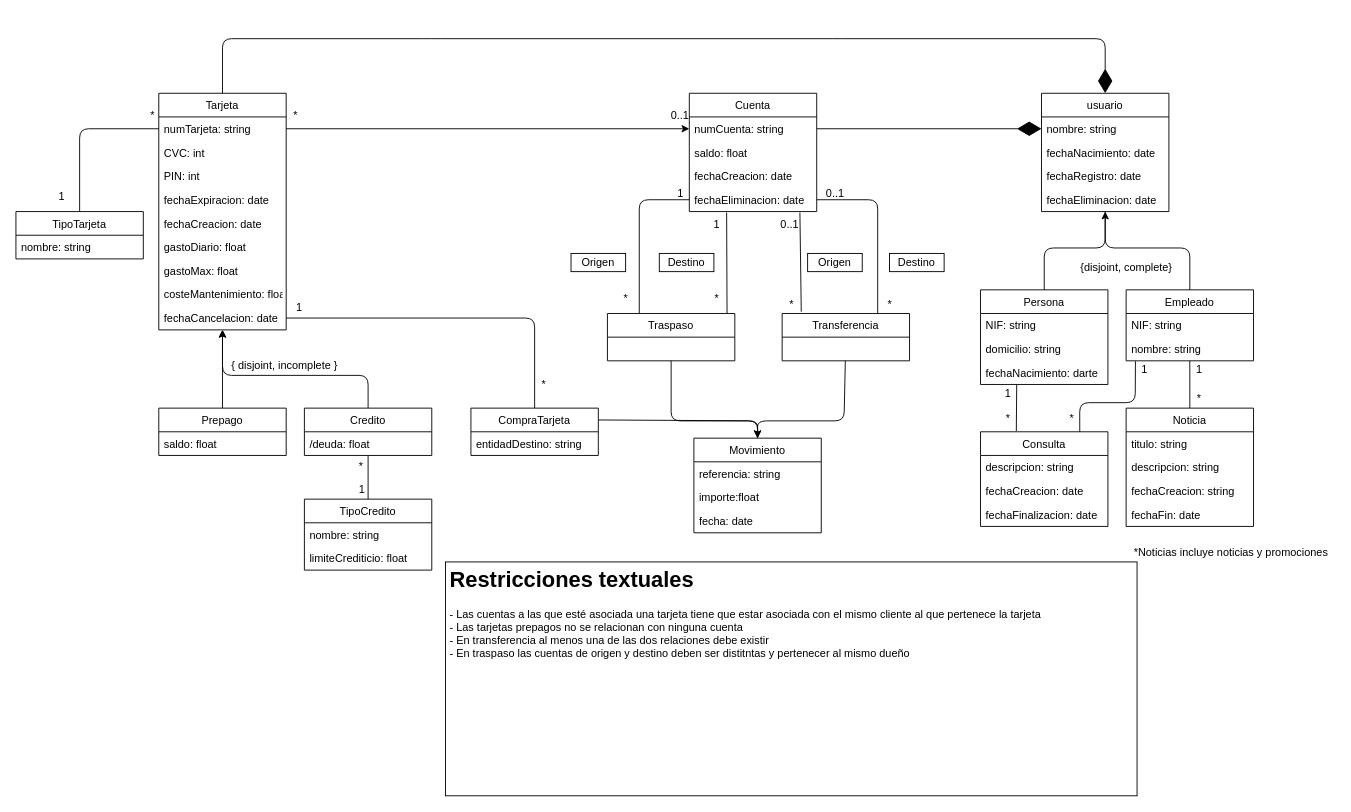
Before: Análisis/UML.drawio in Argudo/EBZ, a draw.io diagram. Source tidied: cells renumbered, new cells numbered last; positions are measured from the earlier drawing's top-left corner, leaving out a move shared by most shapes. Both pictures are drawn from the tidied source at 91%, with x=0, y=0 at pixel (15, 38).
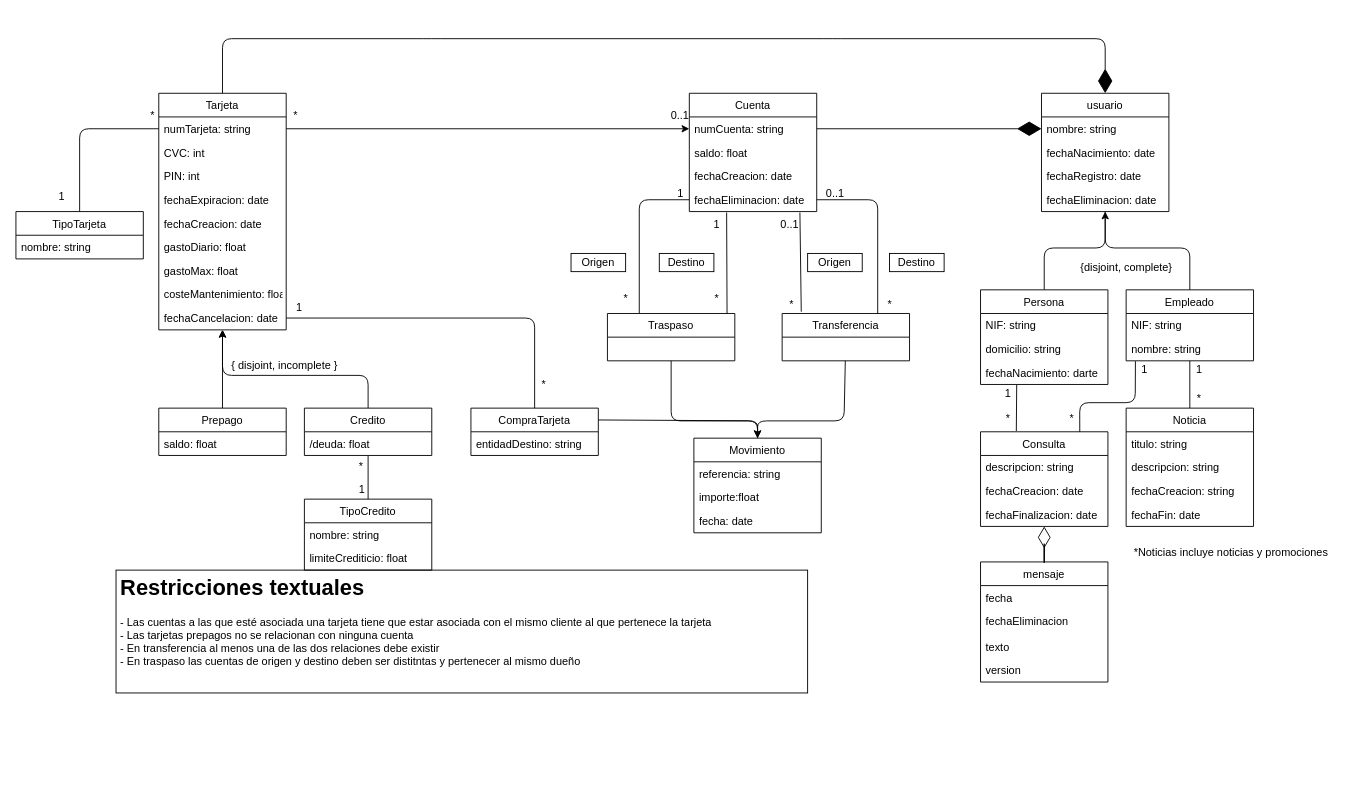
The same diagram, later.

Commit message (it also covers changes not shown here):
arreglo UML

The change refers to these unchanged cells:
```xml
<mxCell id="97" value="Consulta" style="swimlane;fontStyle=0;horizontal=1;startSize=26;fillColor=none;" parent="1" vertex="1">
  <mxGeometry x="1060" y="432" width="140" height="104" as="geometry" />
</mxCell>
```

What changed in the source:
```diff
@@
     <mxCell id="29" value="&lt;h1&gt;Restricciones textuales&lt;/h1&gt;&lt;div&gt;- Las cuentas a las que esté asociada una tarjeta tiene que estar asociada con el mismo cliente al que pertenece la tarjeta&lt;/div&gt;&lt;div&gt;- Las tarjetas prepagos no se relacionan con ninguna cuenta&lt;/div&gt;&lt;div&gt;- En transferencia al menos una de las dos relaciones debe existir&lt;/div&gt;&lt;div&gt;- En traspaso las cuentas de origen y destino deben ser distitntas y pertenecer al mismo dueño&lt;/div&gt;" style="text;html=1;strokeColor=default;fillColor=none;spacing=5;spacingTop=-20;whiteSpace=wrap;overflow=hidden;rounded=0;" parent="1" vertex="1">
-      <mxGeometry x="472" y="575" width="760" height="257" as="geometry" />
+      <mxGeometry x="110" y="584" width="760" height="135" as="geometry" />
     </mxCell>
@@
+    <mxCell id="105" style="edgeStyle=orthogonalEdgeStyle;rounded=0;jettySize=auto;html=1;exitX=0.5;exitY=0;exitDx=0;exitDy=0;endArrow=diamondThin;endFill=0;endSize=21;" parent="1" edge="1" source="106" target="97">
+      <mxGeometry relative="1" as="geometry" />
+    </mxCell>
+    <mxCell id="106" value="mensaje" style="swimlane;fontStyle=0;horizontal=1;startSize=26;fillColor=none;" parent="1" vertex="1">
+      <mxGeometry x="1060" y="575" width="140" height="132" as="geometry" />
+    </mxCell>
+    <mxCell id="107" value="fecha" style="text;strokeColor=none;fillColor=none;align=left;verticalAlign=top;spacingLeft=4;spacingRight=4;overflow=hidden;" parent="106" vertex="1">
+      <mxGeometry y="26" width="140" height="26" as="geometry" />
+    </mxCell>
+    <mxCell id="108" value="fechaEliminacion" style="text;strokeColor=none;fillColor=none;align=left;verticalAlign=top;spacingLeft=4;spacingRight=4;overflow=hidden;" parent="106" vertex="1">
+      <mxGeometry y="52" width="140" height="28" as="geometry" />
+    </mxCell>
+    <mxCell id="109" value="texto" style="text;strokeColor=none;fillColor=none;align=left;verticalAlign=top;spacingLeft=4;spacingRight=4;overflow=hidden;" parent="106" vertex="1">
+      <mxGeometry y="80" width="140" height="26" as="geometry" />
+    </mxCell>
+    <mxCell id="110" value="version" style="text;strokeColor=none;fillColor=none;align=left;verticalAlign=top;spacingLeft=4;spacingRight=4;overflow=hidden;" parent="106" vertex="1">
+      <mxGeometry y="106" width="140" height="26" as="geometry" />
+    </mxCell>
```
